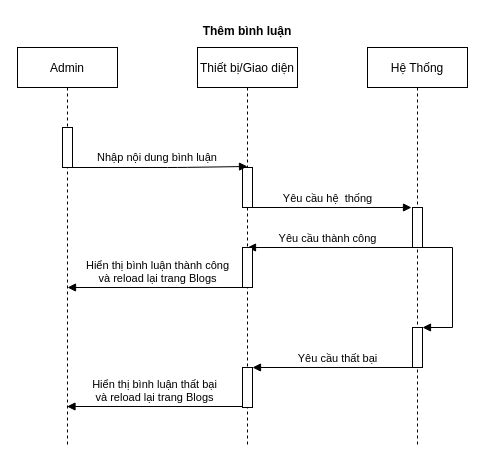
Above: Drawio/Add_comment.drawio in LuanMinhNguyen/nhom2thuctapchuyennganh (draw.io), before the change. Source tidied: cells renumbered, new cells numbered last; positions are measured from the earlier drawing's top-left corner, leaving out a move shared by most shapes. Both pictures are drawn from the tidied source at 100%, with x=0, y=0 at pixel (17, 17).
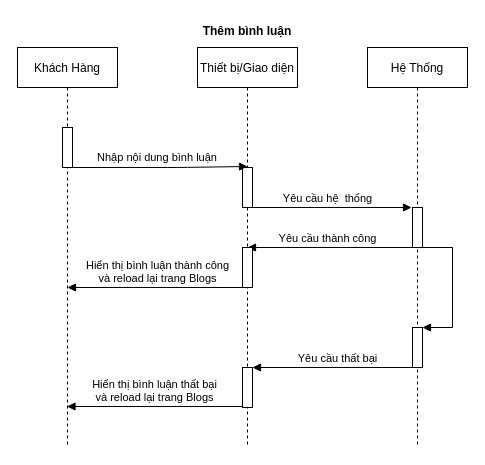
Above is the later version.

Commit message:
So_do_tuan_tu_Addcomment

The edit, as a diff of the source:
```diff
@@
-    <mxCell id="2" value="Admin" style="shape=umlLifeline;perimeter=lifelinePerimeter;rounded=0;shadow=0;strokeWidth=1;" parent="1" vertex="1">
+    <mxCell id="2" value="Khách Hàng" style="shape=umlLifeline;perimeter=lifelinePerimeter;rounded=0;shadow=0;strokeWidth=1;" parent="1" vertex="1">
       <mxGeometry y="30" width="100" height="400" as="geometry" />
     </mxCell>
```
